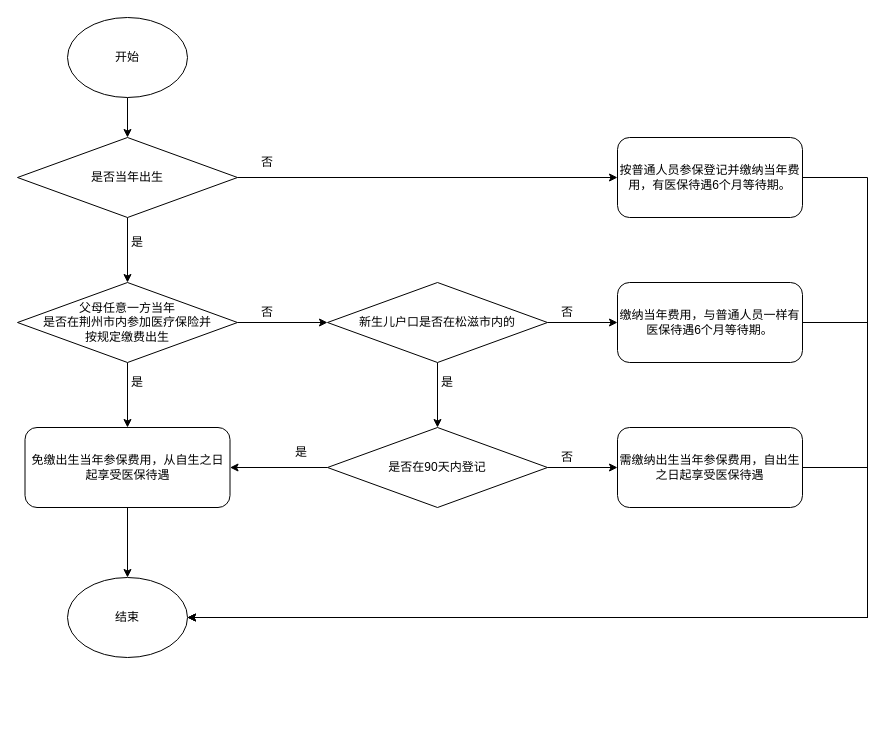
The draw.io diagram 城乡居民医保涉及新生儿出生当年免缴政策流程图.drawio in zouwei-0218/drawio, before the edit. Source tidied: cells renumbered, new cells numbered last; positions are measured from the earlier drawing's top-left corner, leaving out a move shared by most shapes. Both pictures are drawn from the tidied source at 100%, with x=0, y=0 at pixel (17, 17).
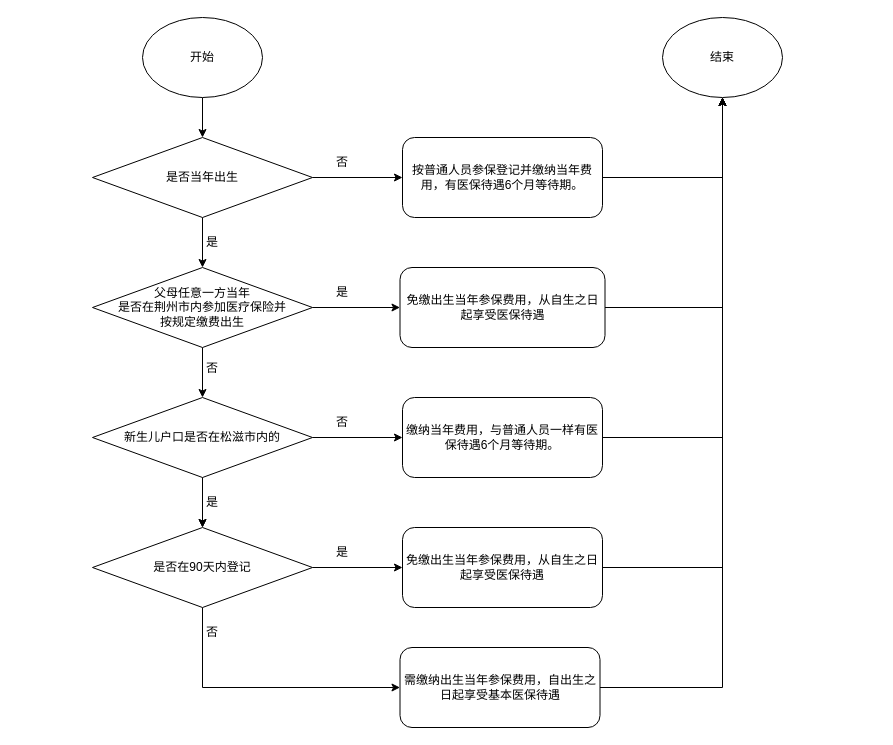
The same page after the edit.

Commit message:
更新城乡居民医保涉及新生儿出生当年免缴政策流程图.drawio

Diff of the diagram source:
```diff
@@
     <mxCell id="3" value="开始" style="ellipse;whiteSpace=wrap;html=1;" parent="1" vertex="1">
-      <mxGeometry x="50" width="120" height="80" as="geometry" />
+      <mxGeometry x="125" width="120" height="80" as="geometry" />
     </mxCell>
@@
     <mxCell id="6" value="是否当年出生" style="rhombus;whiteSpace=wrap;html=1;" parent="1" vertex="1">
-      <mxGeometry y="120" width="220" height="80" as="geometry" />
+      <mxGeometry x="75" y="120" width="220" height="80" as="geometry" />
     </mxCell>
+    <mxCell id="8" style="edgeStyle=orthogonalEdgeStyle;rounded=0;jettySize=auto;html=1;entryX=0.5;entryY=0;entryDx=0;entryDy=0;" parent="1" edge="1" source="9" target="12">
+      <mxGeometry relative="1" as="geometry" />
+    </mxCell>
-    <mxCell id="7" style="edgeStyle=orthogonalEdgeStyle;rounded=0;jettySize=auto;html=1;exitX=0.5;exitY=1;exitDx=0;exitDy=0;entryX=0.5;entryY=0;entryDx=0;entryDy=0;" parent="1" edge="1" source="9" target="19">
+    <mxCell id="7" style="edgeStyle=orthogonalEdgeStyle;rounded=0;jettySize=auto;html=1;exitX=1;exitY=0.5;exitDx=0;exitDy=0;entryX=0;entryY=0.5;entryDx=0;entryDy=0;" parent="1" edge="1" source="9" target="19">
       <mxGeometry relative="1" as="geometry" />
     </mxCell>
-    <mxCell id="8" style="edgeStyle=orthogonalEdgeStyle;rounded=0;jettySize=auto;html=1;exitX=1;exitY=0.5;exitDx=0;exitDy=0;entryX=0;entryY=0.5;entryDx=0;entryDy=0;" parent="1" edge="1" source="9" target="12">
-      <mxGeometry relative="1" as="geometry" />
-    </mxCell>
     <mxCell id="9" value="&lt;div&gt;父母任意一方当年&lt;/div&gt;&lt;div&gt;是否在荆州市内参加医疗保险并&lt;/div&gt;&lt;div&gt;按规定缴费出生&lt;/div&gt;" style="rhombus;whiteSpace=wrap;html=1;" parent="1" vertex="1">
-      <mxGeometry y="265" width="220" height="80" as="geometry" />
+      <mxGeometry x="75" y="250" width="220" height="80" as="geometry" />
     </mxCell>
@@
-    <mxCell id="12" value="新生儿户口是否在松滋市内的" style="rhombus;whiteSpace=wrap;html=1;" parent="1" vertex="1">
-      <mxGeometry x="310" y="265" width="220" height="80" as="geometry" />
-    </mxCell>
-    <mxCell id="13" style="edgeStyle=orthogonalEdgeStyle;rounded=0;jettySize=auto;html=1;exitX=0;exitY=0.5;exitDx=0;exitDy=0;entryX=1;entryY=0.5;entryDx=0;entryDy=0;" parent="1" edge="1" source="15" target="19">
-      <mxGeometry relative="1" as="geometry" />
-    </mxCell>
-    <mxCell id="14" style="edgeStyle=orthogonalEdgeStyle;rounded=0;jettySize=auto;html=1;exitX=1;exitY=0.5;exitDx=0;exitDy=0;entryX=0;entryY=0.5;entryDx=0;entryDy=0;" parent="1" edge="1" source="15" target="17">
+    <mxCell id="14" style="edgeStyle=orthogonalEdgeStyle;rounded=0;jettySize=auto;html=1;exitX=0.5;exitY=1;exitDx=0;exitDy=0;entryX=0;entryY=0.5;entryDx=0;entryDy=0;" parent="1" edge="1" source="15" target="17">
       <mxGeometry relative="1" as="geometry" />
     </mxCell>
+    <mxCell id="33" style="edgeStyle=orthogonalEdgeStyle;rounded=0;jettySize=auto;html=1;exitX=1;exitY=0.5;exitDx=0;exitDy=0;entryX=0;entryY=0.5;entryDx=0;entryDy=0;" parent="1" edge="1" source="15" target="36">
+      <mxGeometry relative="1" as="geometry" />
+    </mxCell>
     <mxCell id="15" value="是否在90天内登记" style="rhombus;whiteSpace=wrap;html=1;" parent="1" vertex="1">
-      <mxGeometry x="310" y="410" width="220" height="80" as="geometry" />
+      <mxGeometry x="75" y="510" width="220" height="80" as="geometry" />
     </mxCell>
-    <mxCell id="16" style="edgeStyle=orthogonalEdgeStyle;rounded=0;jettySize=auto;html=1;exitX=1;exitY=0.5;exitDx=0;exitDy=0;entryX=1;entryY=0.5;entryDx=0;entryDy=0;" parent="1" edge="1" source="17" target="24">
-      <mxGeometry relative="1" as="geometry">
-        <Array as="points">
-          <mxPoint x="850" y="450" />
-          <mxPoint x="850" y="600" />
-        </Array>
-      </mxGeometry>
+    <mxCell id="16" style="edgeStyle=orthogonalEdgeStyle;rounded=0;jettySize=auto;html=1;exitX=1;exitY=0.5;exitDx=0;exitDy=0;entryX=0.5;entryY=1;entryDx=0;entryDy=0;" parent="1" edge="1" source="17" target="24">
+      <mxGeometry relative="1" as="geometry" />
     </mxCell>
-    <mxCell id="17" value="需缴纳出生当年参保费用，自出生之日起享受医保待遇" style="rounded=1;whiteSpace=wrap;html=1;" parent="1" vertex="1">
-      <mxGeometry x="600" y="410" width="185" height="80" as="geometry" />
+    <mxCell id="17" value="需缴纳出生当年参保费用，自出生之日起享受基本医保待遇" style="rounded=1;whiteSpace=wrap;html=1;" parent="1" vertex="1">
+      <mxGeometry x="382.5" y="630" width="200" height="80" as="geometry" />
     </mxCell>
-    <mxCell id="18" style="edgeStyle=orthogonalEdgeStyle;rounded=0;jettySize=auto;html=1;exitX=0.5;exitY=1;exitDx=0;exitDy=0;" parent="1" edge="1" source="19" target="24">
+    <mxCell id="18" style="edgeStyle=orthogonalEdgeStyle;rounded=0;jettySize=auto;html=1;exitX=0.5;exitY=1;exitDx=0;exitDy=0;entryX=0.5;entryY=0;entryDx=0;entryDy=0;" parent="1" edge="1" source="12" target="15">
       <mxGeometry relative="1" as="geometry" />
     </mxCell>
+    <mxCell id="34" style="edgeStyle=orthogonalEdgeStyle;rounded=0;jettySize=auto;html=1;exitX=1;exitY=0.5;exitDx=0;exitDy=0;entryX=0.5;entryY=1;entryDx=0;entryDy=0;" parent="1" edge="1" source="19" target="24">
+      <mxGeometry relative="1" as="geometry" />
+    </mxCell>
     <mxCell id="19" value="免缴出生当年参保费用，从自生之日起享受医保待遇" style="rounded=1;whiteSpace=wrap;html=1;" parent="1" vertex="1">
-      <mxGeometry x="7.5" y="410" width="205" height="80" as="geometry" />
+      <mxGeometry x="382.5" y="250" width="205" height="80" as="geometry" />
     </mxCell>
-    <mxCell id="20" style="edgeStyle=orthogonalEdgeStyle;rounded=0;jettySize=auto;html=1;exitX=1;exitY=0.5;exitDx=0;exitDy=0;entryX=1;entryY=0.5;entryDx=0;entryDy=0;" parent="1" edge="1" source="21" target="24">
-      <mxGeometry relative="1" as="geometry">
-        <Array as="points">
-          <mxPoint x="850" y="160" />
-          <mxPoint x="850" y="600" />
-        </Array>
-      </mxGeometry>
+    <mxCell id="20" style="edgeStyle=orthogonalEdgeStyle;rounded=0;jettySize=auto;html=1;exitX=1;exitY=0.5;exitDx=0;exitDy=0;entryX=0.5;entryY=1;entryDx=0;entryDy=0;" parent="1" edge="1" source="21" target="24">
+      <mxGeometry relative="1" as="geometry" />
     </mxCell>
     <mxCell id="21" value="按普通人员参保登记并缴纳当年费用，有医保待遇6个月等待期。" style="rounded=1;whiteSpace=wrap;html=1;" parent="1" vertex="1">
-      <mxGeometry x="600" y="120" width="185" height="80" as="geometry" />
+      <mxGeometry x="385" y="120" width="200" height="80" as="geometry" />
     </mxCell>
-    <mxCell id="22" style="edgeStyle=orthogonalEdgeStyle;rounded=0;jettySize=auto;html=1;exitX=1;exitY=0.5;exitDx=0;exitDy=0;entryX=1;entryY=0.5;entryDx=0;entryDy=0;" parent="1" edge="1" source="23" target="24">
-      <mxGeometry relative="1" as="geometry">
-        <Array as="points">
-          <mxPoint x="850" y="305" />
-          <mxPoint x="850" y="600" />
-        </Array>
-      </mxGeometry>
+    <mxCell id="22" style="edgeStyle=orthogonalEdgeStyle;rounded=0;jettySize=auto;html=1;exitX=1;exitY=0.5;exitDx=0;exitDy=0;entryX=0.5;entryY=1;entryDx=0;entryDy=0;" parent="1" edge="1" source="23" target="24">
+      <mxGeometry relative="1" as="geometry" />
     </mxCell>
     <mxCell id="23" value="缴纳当年费用，与普通人员一样有医保待遇6个月等待期。" style="rounded=1;whiteSpace=wrap;html=1;" parent="1" vertex="1">
-      <mxGeometry x="600" y="265" width="185" height="80" as="geometry" />
+      <mxGeometry x="385" y="380" width="200" height="80" as="geometry" />
     </mxCell>
     <mxCell id="24" value="结束" style="ellipse;whiteSpace=wrap;html=1;" parent="1" vertex="1">
-      <mxGeometry x="50" y="560" width="120" height="80" as="geometry" />
+      <mxGeometry x="645" width="120" height="80" as="geometry" />
     </mxCell>
     <mxCell id="25" value="否" style="text;html=1;strokeColor=none;fillColor=none;align=center;verticalAlign=middle;whiteSpace=wrap;rounded=0;" parent="1" vertex="1">
-      <mxGeometry x="520" y="425" width="60" height="30" as="geometry" />
+      <mxGeometry x="295" y="390" width="60" height="30" as="geometry" />
     </mxCell>
     <mxCell id="26" value="否" style="text;html=1;strokeColor=none;fillColor=none;align=center;verticalAlign=middle;whiteSpace=wrap;rounded=0;" parent="1" vertex="1">
-      <mxGeometry x="220" y="130" width="60" height="30" as="geometry" />
+      <mxGeometry x="295" y="130" width="60" height="30" as="geometry" />
     </mxCell>
     <mxCell id="27" value="否" style="text;html=1;strokeColor=none;fillColor=none;align=center;verticalAlign=middle;whiteSpace=wrap;rounded=0;" parent="1" vertex="1">
-      <mxGeometry x="220" y="280" width="60" height="30" as="geometry" />
+      <mxGeometry x="165" y="336" width="60" height="30" as="geometry" />
     </mxCell>
     <mxCell id="28" value="否" style="text;html=1;strokeColor=none;fillColor=none;align=center;verticalAlign=middle;whiteSpace=wrap;rounded=0;" parent="1" vertex="1">
-      <mxGeometry x="520" y="280" width="60" height="30" as="geometry" />
+      <mxGeometry x="165" y="600" width="60" height="30" as="geometry" />
     </mxCell>
-    <mxCell id="29" value="是" style="text;html=1;strokeColor=none;fillColor=none;align=center;verticalAlign=middle;whiteSpace=wrap;rounded=0;" parent="1" vertex="1">
-      <mxGeometry x="90" y="350" width="60" height="30" as="geometry" />
-    </mxCell>
     <mxCell id="30" value="是" style="text;html=1;strokeColor=none;fillColor=none;align=center;verticalAlign=middle;whiteSpace=wrap;rounded=0;" parent="1" vertex="1">
-      <mxGeometry x="254" y="420" width="60" height="30" as="geometry" />
+      <mxGeometry x="165" y="470" width="60" height="30" as="geometry" />
     </mxCell>
     <mxCell id="31" value="是" style="text;html=1;strokeColor=none;fillColor=none;align=center;verticalAlign=middle;whiteSpace=wrap;rounded=0;" parent="1" vertex="1">
-      <mxGeometry x="400" y="350" width="60" height="30" as="geometry" />
+      <mxGeometry x="295" y="520" width="60" height="30" as="geometry" />
     </mxCell>
     <mxCell id="32" value="是" style="text;html=1;strokeColor=none;fillColor=none;align=center;verticalAlign=middle;whiteSpace=wrap;rounded=0;" parent="1" vertex="1">
-      <mxGeometry x="90" y="210" width="60" height="30" as="geometry" />
+      <mxGeometry x="165" y="210" width="60" height="30" as="geometry" />
     </mxCell>
+    <mxCell id="12" value="新生儿户口是否在松滋市内的" style="rhombus;whiteSpace=wrap;html=1;" parent="1" vertex="1">
+      <mxGeometry x="75" y="380" width="220" height="80" as="geometry" />
+    </mxCell>
+    <mxCell id="29" value="是" style="text;html=1;strokeColor=none;fillColor=none;align=center;verticalAlign=middle;whiteSpace=wrap;rounded=0;" parent="1" vertex="1">
+      <mxGeometry x="295" y="260" width="60" height="30" as="geometry" />
+    </mxCell>
+    <mxCell id="35" style="edgeStyle=orthogonalEdgeStyle;rounded=0;jettySize=auto;html=1;exitX=1;exitY=0.5;exitDx=0;exitDy=0;" parent="1" edge="1" source="36" target="24">
+      <mxGeometry relative="1" as="geometry" />
+    </mxCell>
+    <mxCell id="36" value="免缴出生当年参保费用，从自生之日起享受医保待遇" style="rounded=1;whiteSpace=wrap;html=1;" parent="1" vertex="1">
+      <mxGeometry x="385" y="510" width="200" height="80" as="geometry" />
+    </mxCell>
```
